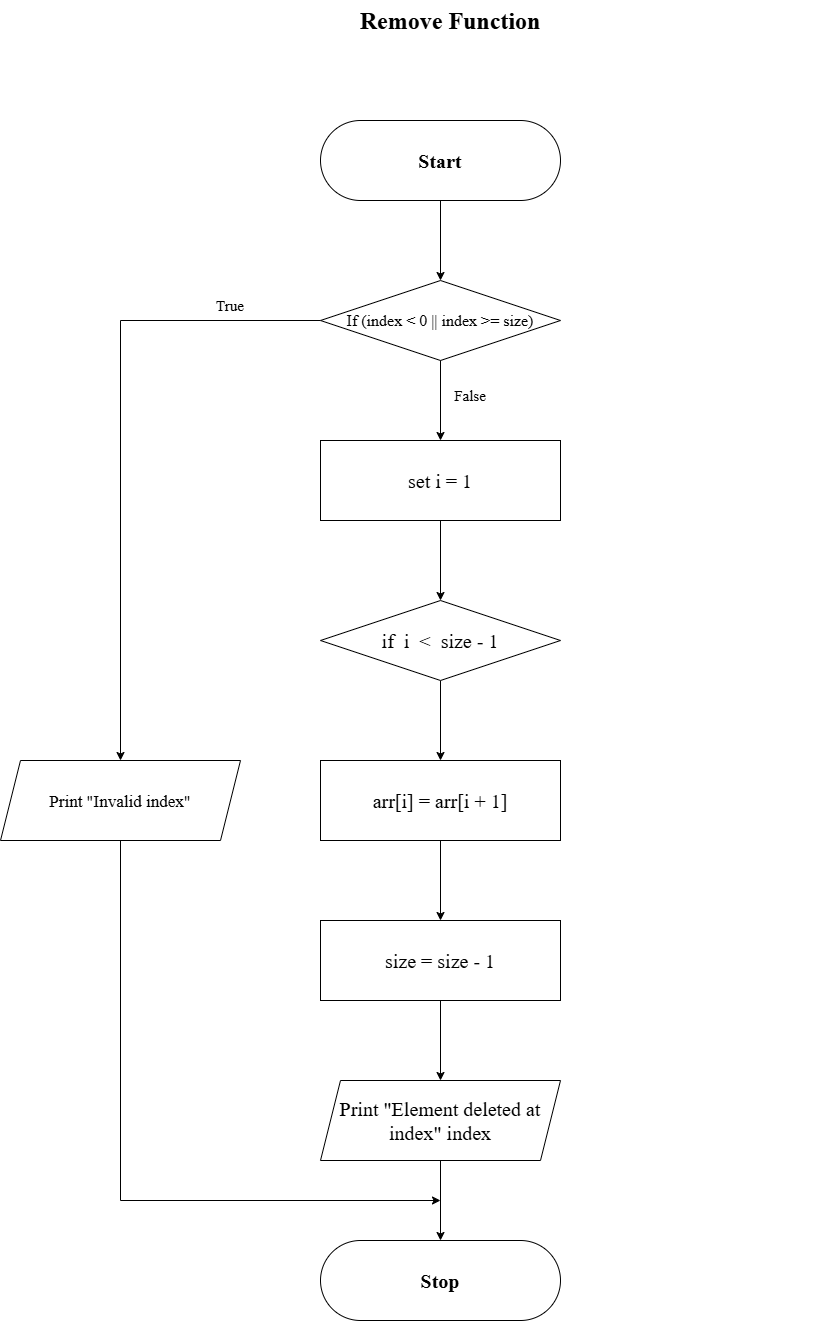
Above: ImplementArray/FlowchartForFunctions/FlowchartRemoveFn.drawio.png in VIGNESHWAR2058/Record-3-and-4 (draw.io), before the change. Source tidied: cells renumbered, new cells last; positions are measured from the earlier drawing's top-left corner, leaving out a move shared by most shapes. The source it was exported from:
```xml
<mxGraphModel>
  <root>
    <mxCell id="0" />
    <mxCell id="1" parent="0" />
    <mxCell id="2" value="&lt;h1 style=&quot;margin-top: 0px;&quot;&gt;Remove Function&lt;/h1&gt;" style="text;html=1;whiteSpace=wrap;overflow=hidden;rounded=0;align=center;fontFamily=Times New Roman;" parent="1" vertex="1">
      <mxGeometry x="80" width="740" height="60" as="geometry" />
    </mxCell>
    <mxCell id="3" style="rounded=1;whiteSpace=wrap;html=1;arcSize=50;fontFamily=Times New Roman;" parent="1" vertex="1">
      <mxGeometry x="320" y="120" width="240" height="80" as="geometry" />
    </mxCell>
    <mxCell id="4" style="edgeStyle=orthogonalEdgeStyle;rounded=0;jettySize=auto;html=1;fontFamily=Times New Roman;" parent="1" edge="1" source="5" target="9">
      <mxGeometry relative="1" as="geometry" />
    </mxCell>
    <mxCell id="5" value="&lt;b&gt;Start&lt;/b&gt;" style="text;html=1;whiteSpace=wrap;strokeColor=none;fillColor=none;align=center;verticalAlign=middle;rounded=0;fontSize=20;fontFamily=Times New Roman;" parent="1" vertex="1">
      <mxGeometry x="320" y="120" width="240" height="80" as="geometry" />
    </mxCell>
    <mxCell id="6" style="rhombus;whiteSpace=wrap;html=1;fontFamily=Times New Roman;" parent="1" vertex="1">
      <mxGeometry x="320" y="280" width="240" height="80" as="geometry" />
    </mxCell>
    <mxCell id="7" style="edgeStyle=orthogonalEdgeStyle;rounded=0;jettySize=auto;html=1;fontFamily=Times New Roman;" parent="1" edge="1" source="9" target="14">
      <mxGeometry relative="1" as="geometry" />
    </mxCell>
    <mxCell id="8" style="edgeStyle=orthogonalEdgeStyle;rounded=0;jettySize=auto;html=1;exitX=0;exitY=0.5;exitDx=0;exitDy=0;entryX=0.5;entryY=0;entryDx=0;entryDy=0;fontFamily=Times New Roman;" parent="1" edge="1" source="9" target="17">
      <mxGeometry relative="1" as="geometry" />
    </mxCell>
    <mxCell id="9" value="&lt;font&gt;If (index &amp;lt; 0 || index &amp;gt;= size)&lt;/font&gt;" style="text;html=1;whiteSpace=wrap;strokeColor=none;fillColor=none;align=center;verticalAlign=middle;rounded=0;fontSize=16;fontFamily=Times New Roman;" parent="1" vertex="1">
      <mxGeometry x="320" y="280" width="240" height="80" as="geometry" />
    </mxCell>
    <mxCell id="10" style="rounded=1;whiteSpace=wrap;html=1;arcSize=50;fontFamily=Times New Roman;" parent="1" vertex="1">
      <mxGeometry x="320" y="1240" width="240" height="80" as="geometry" />
    </mxCell>
    <mxCell id="11" value="&lt;b&gt;Stop&lt;/b&gt;" style="text;html=1;whiteSpace=wrap;strokeColor=none;fillColor=none;align=center;verticalAlign=middle;rounded=0;fontSize=20;fontFamily=Times New Roman;" parent="1" vertex="1">
      <mxGeometry x="320" y="1240" width="240" height="80" as="geometry" />
    </mxCell>
    <mxCell id="12" style="rounded=0;whiteSpace=wrap;html=1;fontFamily=Times New Roman;" parent="1" vertex="1">
      <mxGeometry x="320" y="440" width="240" height="80" as="geometry" />
    </mxCell>
    <mxCell id="13" style="edgeStyle=orthogonalEdgeStyle;rounded=0;jettySize=auto;html=1;fontFamily=Times New Roman;" parent="1" edge="1" source="14" target="21">
      <mxGeometry relative="1" as="geometry" />
    </mxCell>
    <mxCell id="14" value="set i = 1" style="text;html=1;whiteSpace=wrap;strokeColor=none;fillColor=none;align=center;verticalAlign=middle;rounded=0;fontSize=20;fontFamily=Times New Roman;" parent="1" vertex="1">
      <mxGeometry x="320" y="440" width="240" height="80" as="geometry" />
    </mxCell>
    <mxCell id="15" style="shape=parallelogram;perimeter=parallelogramPerimeter;whiteSpace=wrap;html=1;fixedSize=1;fontFamily=Times New Roman;" parent="1" vertex="1">
      <mxGeometry y="760" width="240" height="80" as="geometry" />
    </mxCell>
    <mxCell id="16" style="edgeStyle=orthogonalEdgeStyle;rounded=0;jettySize=auto;html=1;exitX=0.5;exitY=1;exitDx=0;exitDy=0;fontFamily=Times New Roman;" parent="1" edge="1" source="17">
      <mxGeometry relative="1" as="geometry">
        <mxPoint x="440" y="1200" as="targetPoint" />
        <Array as="points">
          <mxPoint x="120" y="1200" />
        </Array>
      </mxGeometry>
    </mxCell>
    <mxCell id="17" value="&lt;font style=&quot;font-size: 17px;&quot;&gt;Print &quot;Invalid index&quot;&lt;/font&gt;" style="text;html=1;whiteSpace=wrap;strokeColor=none;fillColor=none;align=center;verticalAlign=middle;rounded=0;fontSize=20;fontFamily=Times New Roman;" parent="1" vertex="1">
      <mxGeometry y="760" width="240" height="80" as="geometry" />
    </mxCell>
    <mxCell id="18" value="True" style="text;html=1;whiteSpace=wrap;strokeColor=none;fillColor=none;align=center;verticalAlign=middle;rounded=0;fontSize=15;fontFamily=Times New Roman;" parent="1" vertex="1">
      <mxGeometry x="200" y="290" width="60" height="30" as="geometry" />
    </mxCell>
    <mxCell id="19" value="False" style="text;html=1;whiteSpace=wrap;strokeColor=none;fillColor=none;align=center;verticalAlign=middle;rounded=0;fontSize=15;fontFamily=Times New Roman;" parent="1" vertex="1">
      <mxGeometry x="440" y="380" width="60" height="30" as="geometry" />
    </mxCell>
    <mxCell id="20" style="edgeStyle=orthogonalEdgeStyle;rounded=0;jettySize=auto;html=1;fontFamily=Times New Roman;" parent="1" edge="1" source="21" target="24">
      <mxGeometry relative="1" as="geometry" />
    </mxCell>
    <mxCell id="21" value="&lt;font style=&quot;font-size: 20px;&quot;&gt;if&amp;nbsp;&amp;nbsp;i&amp;nbsp; &amp;lt;&amp;nbsp; size - 1&lt;/font&gt;" style="rhombus;whiteSpace=wrap;html=1;fontFamily=Times New Roman;" parent="1" vertex="1">
      <mxGeometry x="320" y="600" width="240" height="80" as="geometry" />
    </mxCell>
    <mxCell id="22" style="rounded=0;whiteSpace=wrap;html=1;fontFamily=Times New Roman;" parent="1" vertex="1">
      <mxGeometry x="320" y="760" width="240" height="80" as="geometry" />
    </mxCell>
    <mxCell id="23" style="edgeStyle=orthogonalEdgeStyle;rounded=0;jettySize=auto;html=1;fontFamily=Times New Roman;" parent="1" edge="1" source="24" target="27">
      <mxGeometry relative="1" as="geometry" />
    </mxCell>
    <mxCell id="24" value="arr[i] = arr[i + 1]" style="text;html=1;whiteSpace=wrap;strokeColor=none;fillColor=none;align=center;verticalAlign=middle;rounded=0;fontSize=20;fontFamily=Times New Roman;" parent="1" vertex="1">
      <mxGeometry x="320" y="760" width="240" height="80" as="geometry" />
    </mxCell>
    <mxCell id="25" style="rounded=0;whiteSpace=wrap;html=1;fontFamily=Times New Roman;" parent="1" vertex="1">
      <mxGeometry x="320" y="920" width="240" height="80" as="geometry" />
    </mxCell>
    <mxCell id="26" style="edgeStyle=orthogonalEdgeStyle;rounded=0;jettySize=auto;html=1;fontFamily=Times New Roman;" parent="1" edge="1" source="27" target="30">
      <mxGeometry relative="1" as="geometry" />
    </mxCell>
    <mxCell id="27" value="size = size - 1" style="text;html=1;whiteSpace=wrap;strokeColor=none;fillColor=none;align=center;verticalAlign=middle;rounded=0;fontSize=20;fontFamily=Times New Roman;" parent="1" vertex="1">
      <mxGeometry x="320" y="920" width="240" height="80" as="geometry" />
    </mxCell>
    <mxCell id="28" style="shape=parallelogram;perimeter=parallelogramPerimeter;whiteSpace=wrap;html=1;fixedSize=1;fontFamily=Times New Roman;" parent="1" vertex="1">
      <mxGeometry x="320" y="1080" width="240" height="80" as="geometry" />
    </mxCell>
    <mxCell id="29" style="edgeStyle=orthogonalEdgeStyle;rounded=0;jettySize=auto;html=1;exitX=0.5;exitY=1;exitDx=0;exitDy=0;entryX=0.5;entryY=0;entryDx=0;entryDy=0;fontFamily=Times New Roman;" parent="1" edge="1" source="30" target="11">
      <mxGeometry relative="1" as="geometry" />
    </mxCell>
    <mxCell id="30" value="&lt;font&gt;Print &quot;Element deleted at index&quot; index&lt;/font&gt;" style="text;html=1;whiteSpace=wrap;strokeColor=none;fillColor=none;align=center;verticalAlign=middle;rounded=0;fontSize=20;fontFamily=Times New Roman;" parent="1" vertex="1">
      <mxGeometry x="320" y="1080" width="240" height="80" as="geometry" />
    </mxCell>
  </root>
</mxGraphModel>
```
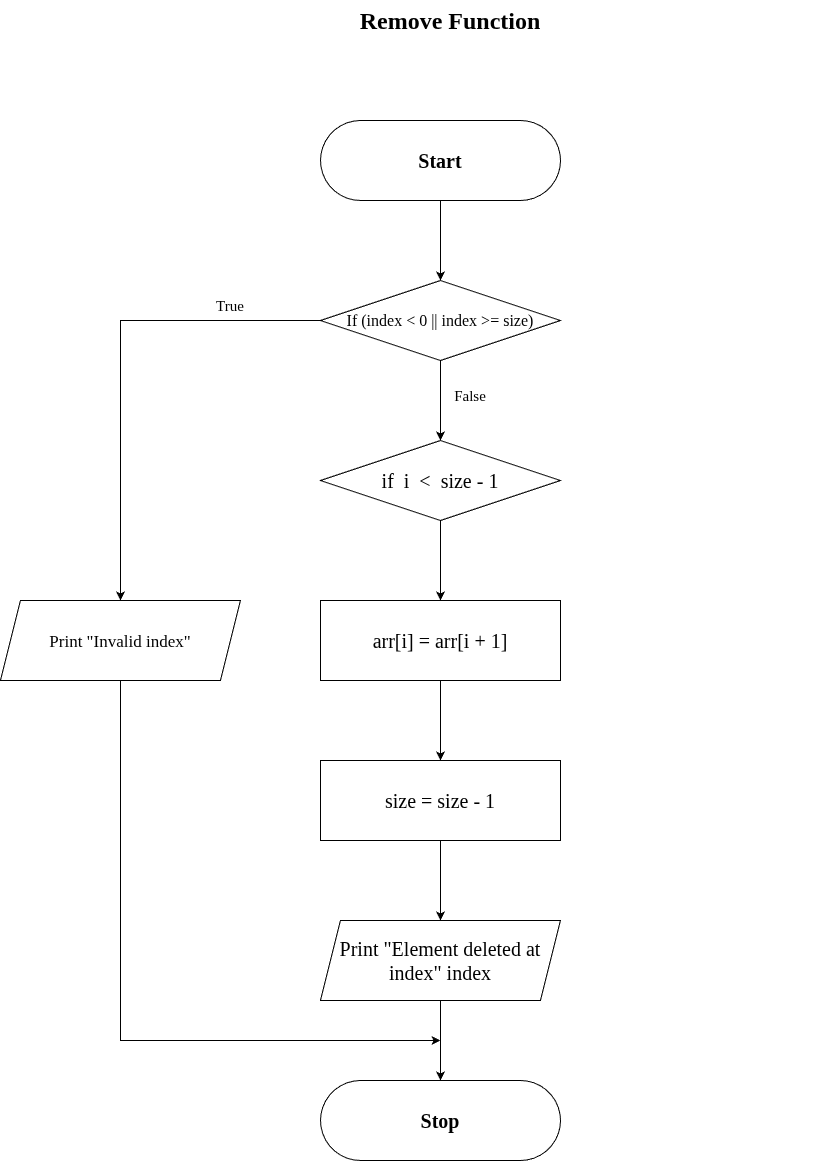
After the commit.

Diff of the diagram source:
```diff
@@ -3,28 +3,30 @@
     <mxCell id="0" />
     <mxCell id="1" parent="0" />
     <mxCell id="2" value="&lt;h1 style=&quot;margin-top: 0px;&quot;&gt;Remove Function&lt;/h1&gt;" style="text;html=1;whiteSpace=wrap;overflow=hidden;rounded=0;align=center;fontFamily=Times New Roman;" parent="1" vertex="1">
-      <mxGeometry x="80" width="740" height="60" as="geometry" />
+      <mxGeometry x="80" y="160" width="740" height="60" as="geometry" />
     </mxCell>
     <mxCell id="3" style="rounded=1;whiteSpace=wrap;html=1;arcSize=50;fontFamily=Times New Roman;" parent="1" vertex="1">
-      <mxGeometry x="320" y="120" width="240" height="80" as="geometry" />
+      <mxGeometry x="320" y="280" width="240" height="80" as="geometry" />
     </mxCell>
     <mxCell id="4" style="edgeStyle=orthogonalEdgeStyle;rounded=0;jettySize=auto;html=1;fontFamily=Times New Roman;" parent="1" edge="1" source="5" target="9">
       <mxGeometry relative="1" as="geometry" />
     </mxCell>
     <mxCell id="5" value="&lt;b&gt;Start&lt;/b&gt;" style="text;html=1;whiteSpace=wrap;strokeColor=none;fillColor=none;align=center;verticalAlign=middle;rounded=0;fontSize=20;fontFamily=Times New Roman;" parent="1" vertex="1">
-      <mxGeometry x="320" y="120" width="240" height="80" as="geometry" />
+      <mxGeometry x="320" y="280" width="240" height="80" as="geometry" />
     </mxCell>
     <mxCell id="6" style="rhombus;whiteSpace=wrap;html=1;fontFamily=Times New Roman;" parent="1" vertex="1">
-      <mxGeometry x="320" y="280" width="240" height="80" as="geometry" />
+      <mxGeometry x="320" y="440" width="240" height="80" as="geometry" />
     </mxCell>
-    <mxCell id="7" style="edgeStyle=orthogonalEdgeStyle;rounded=0;jettySize=auto;html=1;fontFamily=Times New Roman;" parent="1" edge="1" source="9" target="14">
-      <mxGeometry relative="1" as="geometry" />
+    <mxCell id="7" style="edgeStyle=orthogonalEdgeStyle;rounded=0;jettySize=auto;html=1;fontFamily=Times New Roman;" parent="1" edge="1" source="9">
+      <mxGeometry relative="1" as="geometry">
+        <mxPoint x="440" y="600" as="targetPoint" />
+      </mxGeometry>
     </mxCell>
     <mxCell id="8" style="edgeStyle=orthogonalEdgeStyle;rounded=0;jettySize=auto;html=1;exitX=0;exitY=0.5;exitDx=0;exitDy=0;entryX=0.5;entryY=0;entryDx=0;entryDy=0;fontFamily=Times New Roman;" parent="1" edge="1" source="9" target="17">
       <mxGeometry relative="1" as="geometry" />
     </mxCell>
     <mxCell id="9" value="&lt;font&gt;If (index &amp;lt; 0 || index &amp;gt;= size)&lt;/font&gt;" style="text;html=1;whiteSpace=wrap;strokeColor=none;fillColor=none;align=center;verticalAlign=middle;rounded=0;fontSize=16;fontFamily=Times New Roman;" parent="1" vertex="1">
-      <mxGeometry x="320" y="280" width="240" height="80" as="geometry" />
+      <mxGeometry x="320" y="440" width="240" height="80" as="geometry" />
     </mxCell>
     <mxCell id="10" style="rounded=1;whiteSpace=wrap;html=1;arcSize=50;fontFamily=Times New Roman;" parent="1" vertex="1">
       <mxGeometry x="320" y="1240" width="240" height="80" as="geometry" />
@@ -32,15 +34,11 @@
     <mxCell id="11" value="&lt;b&gt;Stop&lt;/b&gt;" style="text;html=1;whiteSpace=wrap;strokeColor=none;fillColor=none;align=center;verticalAlign=middle;rounded=0;fontSize=20;fontFamily=Times New Roman;" parent="1" vertex="1">
       <mxGeometry x="320" y="1240" width="240" height="80" as="geometry" />
     </mxCell>
-    <mxCell id="12" style="rounded=0;whiteSpace=wrap;html=1;fontFamily=Times New Roman;" parent="1" vertex="1">
-      <mxGeometry x="320" y="440" width="240" height="80" as="geometry" />
-    </mxCell>
-    <mxCell id="13" style="edgeStyle=orthogonalEdgeStyle;rounded=0;jettySize=auto;html=1;fontFamily=Times New Roman;" parent="1" edge="1" source="14" target="21">
-      <mxGeometry relative="1" as="geometry" />
+    <mxCell id="13" style="edgeStyle=orthogonalEdgeStyle;rounded=0;jettySize=auto;html=1;fontFamily=Times New Roman;" parent="1" edge="1" target="21">
+      <mxGeometry relative="1" as="geometry">
+        <mxPoint x="440" y="520" as="sourcePoint" />
+      </mxGeometry>
     </mxCell>
-    <mxCell id="14" value="set i = 1" style="text;html=1;whiteSpace=wrap;strokeColor=none;fillColor=none;align=center;verticalAlign=middle;rounded=0;fontSize=20;fontFamily=Times New Roman;" parent="1" vertex="1">
-      <mxGeometry x="320" y="440" width="240" height="80" as="geometry" />
-    </mxCell>
     <mxCell id="15" style="shape=parallelogram;perimeter=parallelogramPerimeter;whiteSpace=wrap;html=1;fixedSize=1;fontFamily=Times New Roman;" parent="1" vertex="1">
       <mxGeometry y="760" width="240" height="80" as="geometry" />
     </mxCell>
@@ -56,10 +54,10 @@
       <mxGeometry y="760" width="240" height="80" as="geometry" />
     </mxCell>
     <mxCell id="18" value="True" style="text;html=1;whiteSpace=wrap;strokeColor=none;fillColor=none;align=center;verticalAlign=middle;rounded=0;fontSize=15;fontFamily=Times New Roman;" parent="1" vertex="1">
-      <mxGeometry x="200" y="290" width="60" height="30" as="geometry" />
+      <mxGeometry x="200" y="450" width="60" height="30" as="geometry" />
     </mxCell>
     <mxCell id="19" value="False" style="text;html=1;whiteSpace=wrap;strokeColor=none;fillColor=none;align=center;verticalAlign=middle;rounded=0;fontSize=15;fontFamily=Times New Roman;" parent="1" vertex="1">
-      <mxGeometry x="440" y="380" width="60" height="30" as="geometry" />
+      <mxGeometry x="440" y="540" width="60" height="30" as="geometry" />
     </mxCell>
     <mxCell id="20" style="edgeStyle=orthogonalEdgeStyle;rounded=0;jettySize=auto;html=1;fontFamily=Times New Roman;" parent="1" edge="1" source="21" target="24">
       <mxGeometry relative="1" as="geometry" />
```
